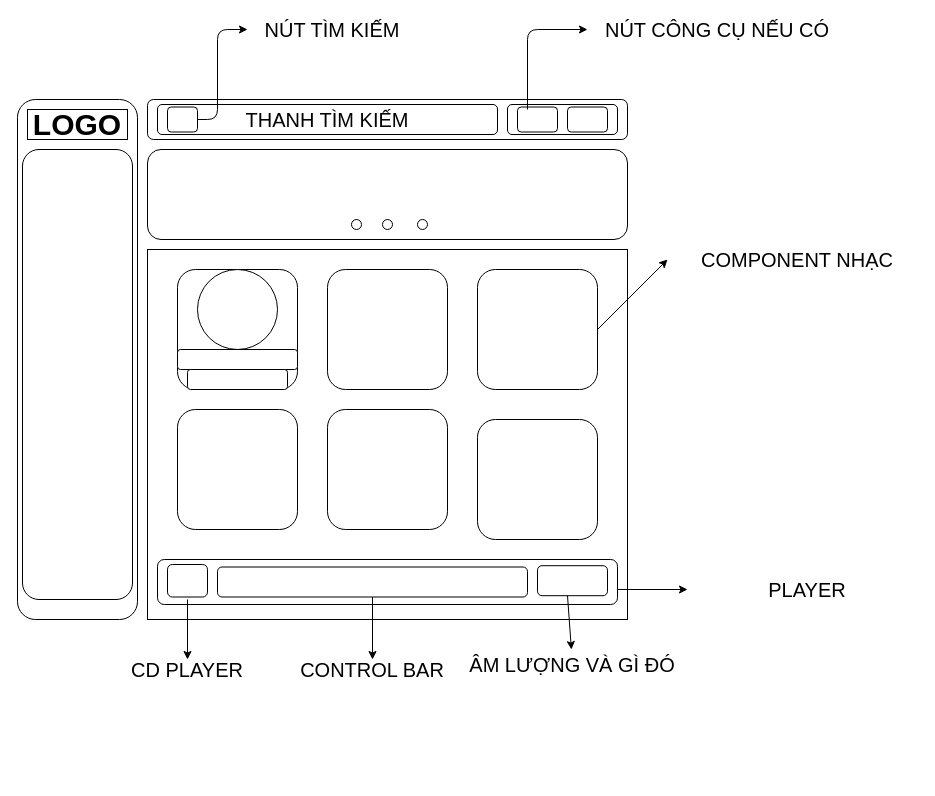
Above: Untitled Diagram.drawio in quyquyquy/C4EJS100-NGODUCQUY (draw.io), before the change. Source tidied: cells renumbered, new cells numbered last; positions are measured from the earlier drawing's top-left corner, leaving out a move shared by most shapes. Both pictures are drawn from the tidied source at 100%, with x=0, y=0 at pixel (17, 19).
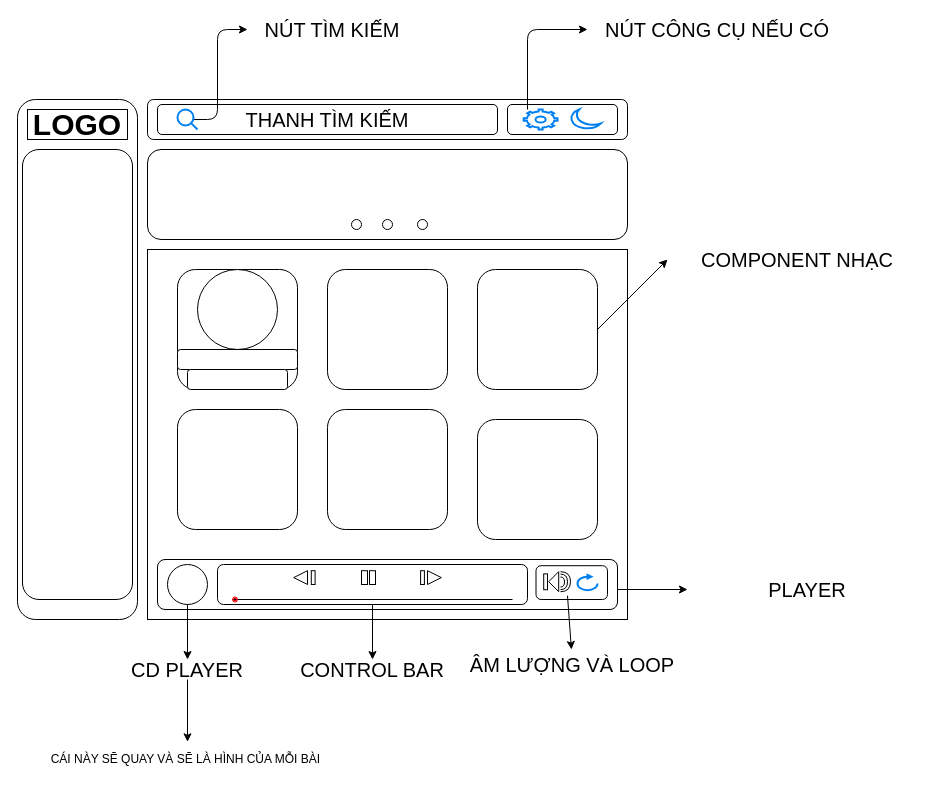
Above is the later version.

Change to the diagram source:
```diff
@@
-    <mxCell id="12" style="rounded=1;whiteSpace=wrap;html=1;fontSize=20;" parent="1" vertex="1">
-      <mxGeometry x="150" y="87.5" width="30" height="25" as="geometry" />
-    </mxCell>
-    <mxCell id="13" style="edgeStyle=segmentEdgeStyle;endArrow=classic;html=1;fontSize=20;exitX=1;exitY=0.5;exitDx=0;exitDy=0;" parent="1" edge="1" source="12">
+    <mxCell id="13" style="edgeStyle=segmentEdgeStyle;endArrow=classic;html=1;fontSize=20;" parent="1" edge="1">
       <mxGeometry relative="1" as="geometry">
+        <mxPoint x="170" y="100" as="sourcePoint" />
         <mxPoint x="230" y="10" as="targetPoint" />
         <Array as="points">
           <mxPoint x="200" y="100" />
           <mxPoint x="200" y="10" />
         </Array>
       </mxGeometry>
     </mxCell>
@@
-    <mxCell id="15" style="rounded=1;whiteSpace=wrap;html=1;fontSize=20;" parent="1" vertex="1">
-      <mxGeometry x="500" y="87.5" width="40" height="25" as="geometry" />
-    </mxCell>
-    <mxCell id="16" style="rounded=1;whiteSpace=wrap;html=1;fontSize=20;" parent="1" vertex="1">
-      <mxGeometry x="550" y="87.5" width="40" height="25" as="geometry" />
-    </mxCell>
@@
     <mxCell id="22" style="rounded=1;whiteSpace=wrap;html=1;fontSize=20;" parent="1" vertex="1">
-      <mxGeometry x="140" y="540" width="460" height="45" as="geometry" />
+      <mxGeometry x="140" y="540" width="460" height="50" as="geometry" />
     </mxCell>
@@
-    <mxCell id="33" style="rounded=1;whiteSpace=wrap;html=1;fontSize=20;" parent="1" vertex="1">
-      <mxGeometry x="150" y="545" width="40" height="32.5" as="geometry" />
-    </mxCell>
@@
     <mxCell id="36" style="rounded=1;whiteSpace=wrap;html=1;fontSize=20;" parent="1" vertex="1">
-      <mxGeometry x="200" y="547.5" width="310" height="30" as="geometry" />
+      <mxGeometry x="200" y="545" width="310" height="40" as="geometry" />
     </mxCell>
@@
     <mxCell id="39" style="rounded=1;whiteSpace=wrap;html=1;fontSize=20;" parent="1" vertex="1">
-      <mxGeometry x="520" y="546.2" width="70" height="30" as="geometry" />
+      <mxGeometry x="518.5" y="546.2" width="71.5" height="33.8" as="geometry" />
     </mxCell>
@@
-    <mxCell id="41" value="ÂM LƯỢNG VÀ GÌ ĐÓ" style="text;html=1;strokeColor=none;fillColor=none;align=center;verticalAlign=middle;whiteSpace=wrap;rounded=0;fontSize=20;" parent="1" vertex="1">
+    <mxCell id="41" value="ÂM LƯỢNG VÀ LOOP" style="text;html=1;strokeColor=none;fillColor=none;align=center;verticalAlign=middle;whiteSpace=wrap;rounded=0;fontSize=20;" parent="1" vertex="1">
       <mxGeometry x="450" y="630" width="210" height="30" as="geometry" />
     </mxCell>
@@
+    <mxCell id="45" style="triangle;whiteSpace=wrap;html=1;" parent="1" vertex="1">
+      <mxGeometry x="410" y="551.2" width="13.8" height="13.8" as="geometry" />
+    </mxCell>
+    <mxCell id="46" style="rounded=0;whiteSpace=wrap;html=1;" parent="1" vertex="1">
+      <mxGeometry x="344" y="551.2" width="6" height="13.8" as="geometry" />
+    </mxCell>
+    <mxCell id="47" style="rounded=0;whiteSpace=wrap;html=1;" parent="1" vertex="1">
+      <mxGeometry x="352" y="551.2" width="6" height="13.8" as="geometry" />
+    </mxCell>
+    <mxCell id="48" style="triangle;whiteSpace=wrap;html=1;rotation=-180;" parent="1" vertex="1">
+      <mxGeometry x="276.2" y="551.2" width="13.8" height="13.8" as="geometry" />
+    </mxCell>
+    <mxCell id="49" style="line;strokeWidth=1;dashed=0;labelPosition=right;align=left;verticalAlign=middle;spacingTop=0;spacingLeft=6;" parent="1" vertex="1">
+      <mxGeometry x="215" y="575" width="280" height="10" as="geometry" />
+    </mxCell>
+    <mxCell id="50" style="rounded=0;whiteSpace=wrap;html=1;" parent="1" vertex="1">
+      <mxGeometry x="293.8" y="551.2" width="3.8" height="13.8" as="geometry" />
+    </mxCell>
+    <mxCell id="51" style="rounded=0;whiteSpace=wrap;html=1;" parent="1" vertex="1">
+      <mxGeometry x="403.1" y="551.2" width="3.8" height="13.8" as="geometry" />
+    </mxCell>
+    <mxCell id="52" style="ellipse;html=1;shape=endState;fillColor=#000000;strokeColor=#ff0000;" parent="1" vertex="1">
+      <mxGeometry x="215" y="577.5" width="5" height="5" as="geometry" />
+    </mxCell>
+    <mxCell id="53" style="verticalLabelPosition=bottom;verticalAlign=top;html=1;shape=mxgraph.basic.acute_triangle;dx=0.5;rotation=-90;" parent="1" vertex="1">
+      <mxGeometry x="526.2" y="557.2" width="20" height="10" as="geometry" />
+    </mxCell>
+    <mxCell id="54" style="rounded=0;whiteSpace=wrap;html=1;" parent="1" vertex="1">
+      <mxGeometry x="526.2" y="554.4" width="3.8" height="15.8" as="geometry" />
+    </mxCell>
+    <mxCell id="55" style="shape=requiredInterface;html=1;verticalLabelPosition=bottom;" parent="1" vertex="1">
+      <mxGeometry x="543" y="552.2" width="10" height="20" as="geometry" />
+    </mxCell>
+    <mxCell id="56" style="shape=requiredInterface;html=1;verticalLabelPosition=bottom;" parent="1" vertex="1">
+      <mxGeometry x="543" y="554.6" width="7" height="15.5" as="geometry" />
+    </mxCell>
+    <mxCell id="57" style="shape=requiredInterface;html=1;verticalLabelPosition=bottom;" parent="1" vertex="1">
+      <mxGeometry x="543" y="557.5" width="4" height="10" as="geometry" />
+    </mxCell>
+    <mxCell id="58" style="ellipse;whiteSpace=wrap;html=1;" parent="1" vertex="1">
+      <mxGeometry x="150" y="545" width="40" height="40" as="geometry" />
+    </mxCell>
+    <mxCell id="59" style="endArrow=classic;html=1;" parent="1" edge="1">
+      <mxGeometry relative="1" as="geometry">
+        <mxPoint x="170" y="660" as="sourcePoint" />
+        <mxPoint x="170" y="722.3" as="targetPoint" />
+      </mxGeometry>
+    </mxCell>
+    <mxCell id="60" value="CÁI NÀY SẼ QUAY VÀ SẼ LÀ HÌNH CỦA MỖI BÀI&amp;nbsp;" style="text;html=1;strokeColor=none;fillColor=none;align=center;verticalAlign=middle;whiteSpace=wrap;rounded=0;" parent="1" vertex="1">
+      <mxGeometry x="30" y="720" width="280" height="40" as="geometry" />
+    </mxCell>
+    <mxCell id="61" style="html=1;verticalLabelPosition=bottom;align=center;labelBackgroundColor=#ffffff;verticalAlign=top;strokeWidth=2;strokeColor=#0080F0;shadow=0;dashed=0;shape=mxgraph.ios7.icons.looking_glass;" parent="1" vertex="1">
+      <mxGeometry x="160" y="90" width="20" height="20" as="geometry" />
+    </mxCell>
+    <mxCell id="62" style="html=1;verticalLabelPosition=bottom;align=center;labelBackgroundColor=#ffffff;verticalAlign=top;strokeWidth=2;strokeColor=#0080F0;shadow=0;dashed=0;shape=mxgraph.ios7.icons.reload;" parent="1" vertex="1">
+      <mxGeometry x="560" y="555.5" width="20" height="15.2" as="geometry" />
+    </mxCell>
+    <mxCell id="63" style="html=1;verticalLabelPosition=bottom;align=center;labelBackgroundColor=#ffffff;verticalAlign=top;strokeWidth=2;strokeColor=#0080F0;shadow=0;dashed=0;shape=mxgraph.ios7.icons.settings;" parent="1" vertex="1">
+      <mxGeometry x="506.2" y="90" width="33.8" height="20" as="geometry" />
+    </mxCell>
+    <mxCell id="64" style="html=1;verticalLabelPosition=bottom;align=center;labelBackgroundColor=#ffffff;verticalAlign=top;strokeWidth=2;strokeColor=#0080F0;shadow=0;dashed=0;shape=mxgraph.ios7.icons.moon;" parent="1" vertex="1">
+      <mxGeometry x="553" y="90" width="30.4" height="19.4" as="geometry" />
+    </mxCell>
```
